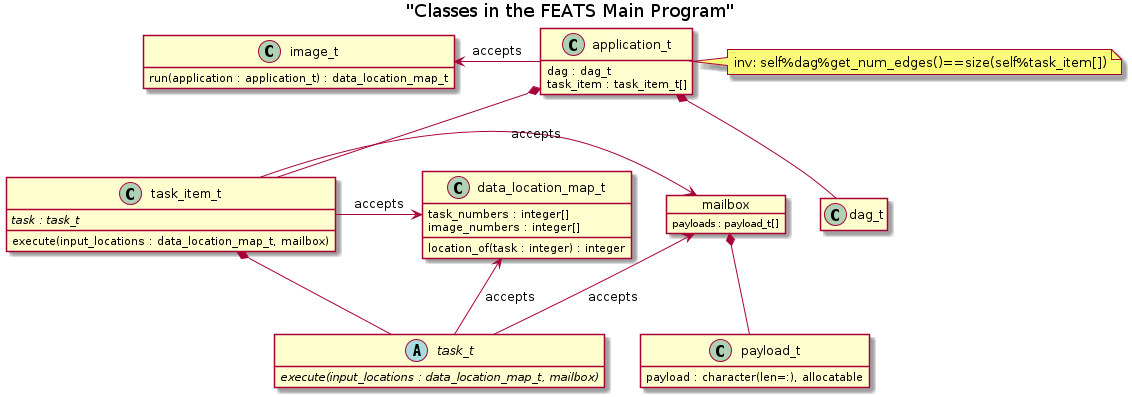
The PlantUML diagram doc/class_diagram.png in sourceryinstitute/FEATS, before a commit.
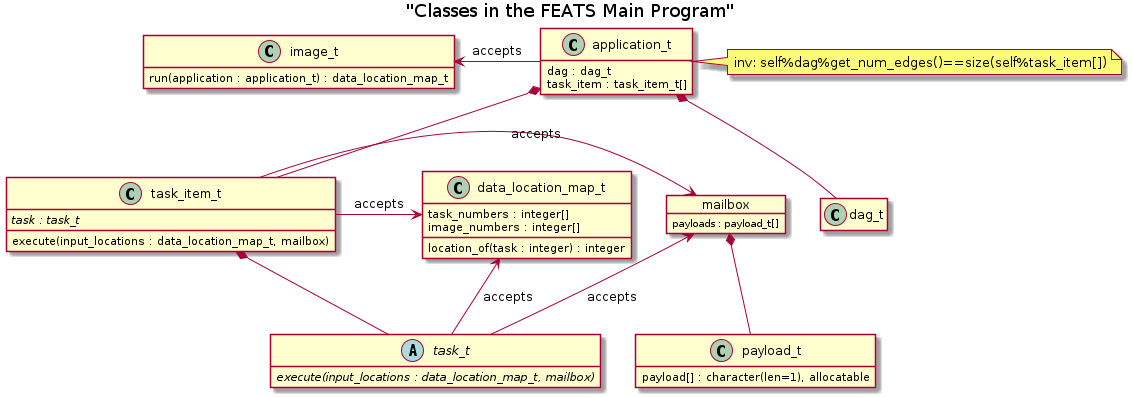
After the change.

Commit message:
feat: change the internal payload representation

The edit, as a diff of the source:
```diff
@@ -10,7 +10,7 @@
 }
 
 class payload_t{
-  payload : character(len=:), allocatable
+  payload[] : character(len=1), allocatable
 }
 
 object mailbox{
```
